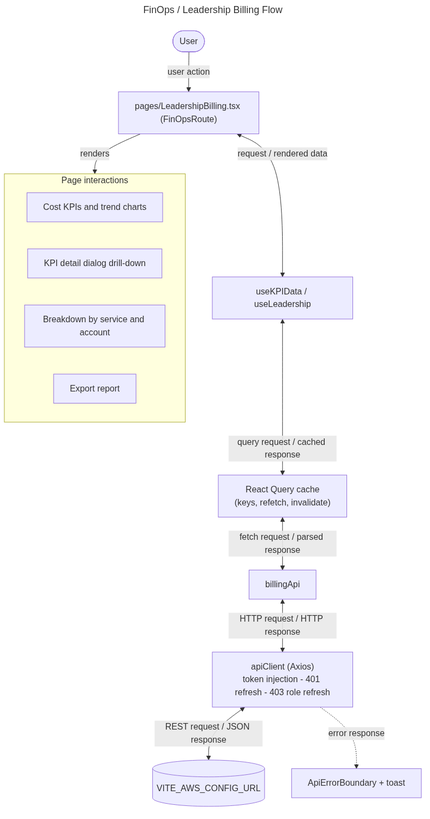
sayeeduddinofficial/user-table-view keeps this Mermaid diagram as docs/flowcharts/png/finops.png. Above is the earlier version. Its source is kept beside it as docs/flowcharts/finops.mmd. The source it was exported from:
```mermaid
---
title: FinOps / Leadership Billing Flow
---
flowchart TD
  U([User]) -->|"user action"| P["pages/LeadershipBilling.tsx (FinOpsRoute)"]
  P <-->|"request / rendered data"| H["useKPIData / useLeadership"]
  H <-->|"query request / cached response"| Q["React Query cache<br/>(keys, refetch, invalidate)"]
  Q <-->|"fetch request / parsed response"| A["billingApi"]
  A <-->|"HTTP request / HTTP response"| C["apiClient (Axios)<br/>token injection - 401 refresh - 403 role refresh"]
  C <-->|"REST request / JSON response"| S[("VITE_AWS_CONFIG_URL")]
  P -->|"renders"| UI
  subgraph UI[Page interactions]
    S0["Cost KPIs and trend charts"]
    S1["KPI detail dialog drill-down"]
    S2["Breakdown by service and account"]
    S3["Export report"]
  end
  C -. "error response" .-> E["ApiErrorBoundary + toast"]
```
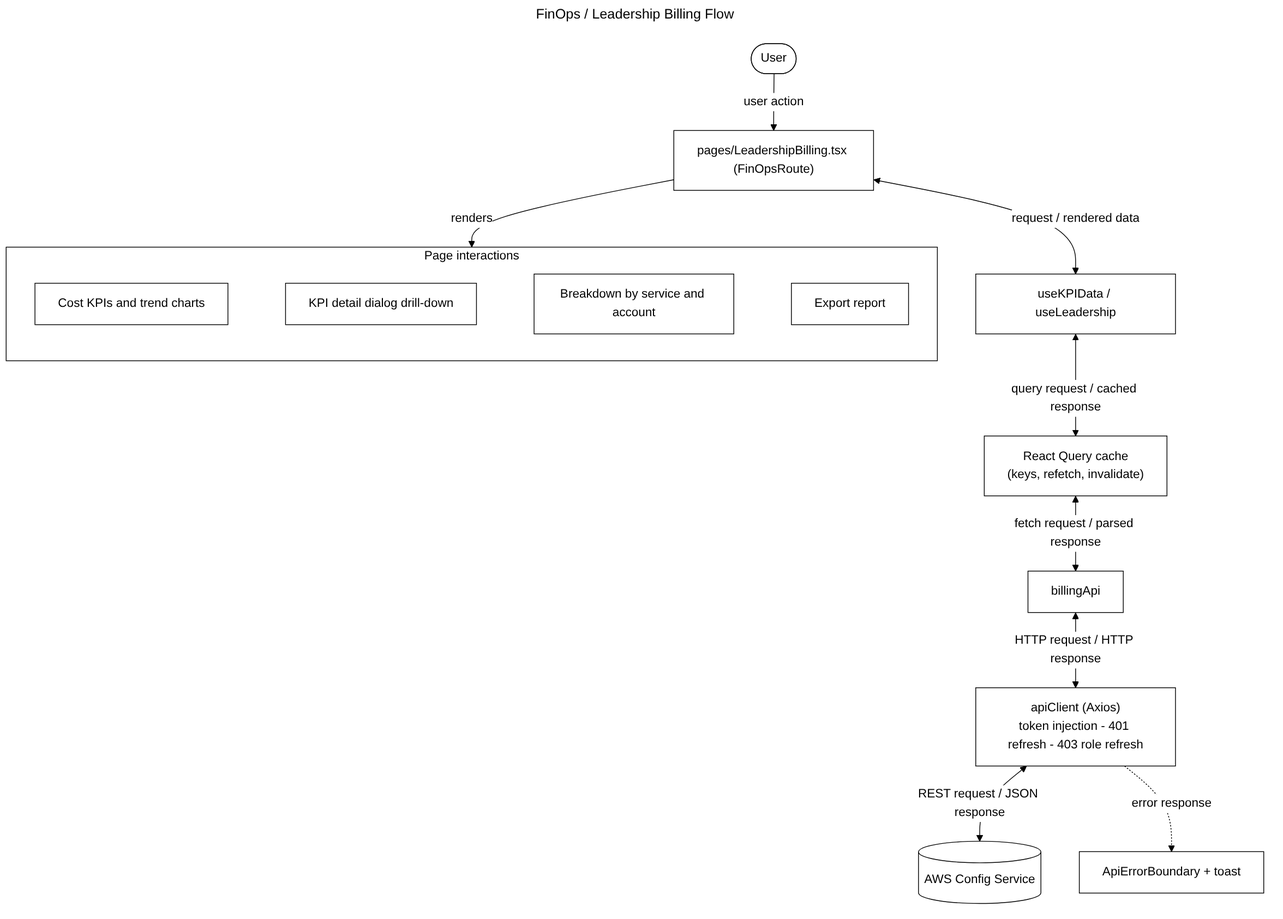
Later version of the same file.

What changed in the source:
```diff
@@ -7,12 +7,14 @@
   H <-->|"query request / cached response"| Q["React Query cache<br/>(keys, refetch, invalidate)"]
   Q <-->|"fetch request / parsed response"| A["billingApi"]
   A <-->|"HTTP request / HTTP response"| C["apiClient (Axios)<br/>token injection - 401 refresh - 403 role refresh"]
-  C <-->|"REST request / JSON response"| S[("VITE_AWS_CONFIG_URL")]
+  C <-->|"REST request / JSON response"| S[("AWS Config Service")]
   P -->|"renders"| UI
   subgraph UI[Page interactions]
+    direction LR
     S0["Cost KPIs and trend charts"]
     S1["KPI detail dialog drill-down"]
     S2["Breakdown by service and account"]
     S3["Export report"]
+    S0 ~~~ S1 ~~~ S2 ~~~ S3
   end
   C -. "error response" .-> E["ApiErrorBoundary + toast"]
```
